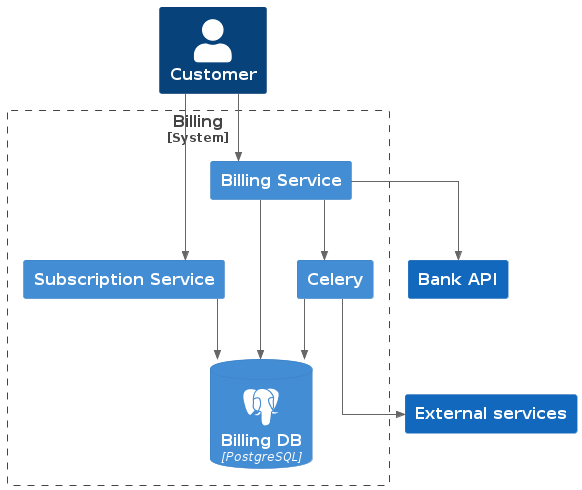
The PlantUML diagram diagrams/out/apps.png in likeinlife-cinema-project/billing, before a commit.
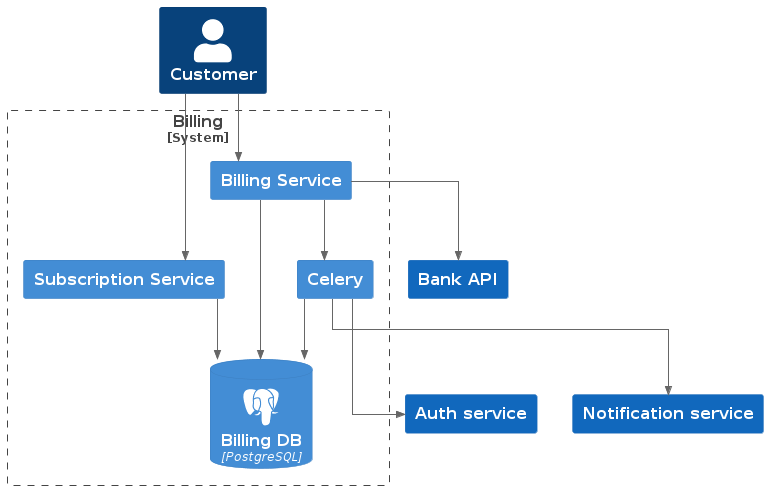
Later version of the same file.

Commit message:
upd(diagrams): apps diagram

What changed in the source:
```diff
@@ -10,7 +10,8 @@
 
 Person(customer, "Customer")
 System(bank_api, "Bank API")
-System(external, "External services")
+System(auth, "Auth service")
+System(notify, "Notification service")
 
 System_Boundary(billing_system, "Billing") {
     Container(billing_app, "Billing Service")
@@ -25,7 +26,8 @@
 Rel(billing_app, billing_db, " ")
 Rel(billing_app, celery, " ")
 Rel(billing_app, bank_api, " ")
-Rel(celery, external, " ")
+Rel(celery, notify, " ")
+Rel(celery, auth, " ")
 Rel(celery, billing_db, " ")
 
 @enduml
```
